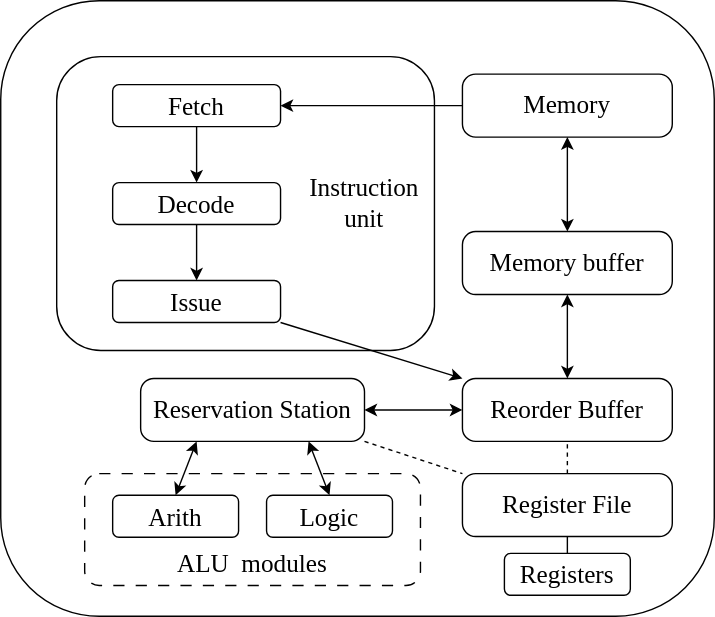
Earlier version of the draw.io export img/architecture.drawio.svg (DarkSharpness/PPCA_Killer). Source tidied: cells renumbered, new cells last; positions are measured from the earlier drawing's top-left corner, leaving out a move shared by most shapes. The source it was exported from:
```xml
<mxGraphModel>
  <root>
    <mxCell id="0" />
    <mxCell id="1" parent="0" />
    <mxCell id="2" style="rounded=1;whiteSpace=wrap;html=1;fontFamily=Times New Roman;fontSize=18;arcSize=16;labelBackgroundColor=none;" parent="1" vertex="1">
      <mxGeometry width="510" height="440" as="geometry" />
    </mxCell>
    <mxCell id="3" style="rounded=1;whiteSpace=wrap;html=1;fontFamily=Times New Roman;fontSize=18;dashed=1;arcSize=13;dashPattern=8 8;labelBackgroundColor=none;" parent="1" vertex="1">
      <mxGeometry x="60" y="338" width="240" height="80" as="geometry" />
    </mxCell>
    <mxCell id="4" style="rounded=1;whiteSpace=wrap;html=1;fontFamily=Times New Roman;labelBackgroundColor=none;" parent="1" vertex="1">
      <mxGeometry x="40" y="40" width="270" height="210" as="geometry" />
    </mxCell>
    <mxCell id="5" value="&lt;font style=&quot;font-size: 18px;&quot; face=&quot;Times New Roman&quot;&gt;Fetch&lt;/font&gt;" style="rounded=1;whiteSpace=wrap;html=1;hachureGap=4;fontFamily=Architects Daughter;fontSource=https%3A%2F%2Ffonts.googleapis.com%2Fcss%3Ffamily%3DArchitects%2BDaughter;fontSize=20;labelBackgroundColor=none;" parent="1" vertex="1">
      <mxGeometry x="80" y="60" width="120" height="30" as="geometry" />
    </mxCell>
    <mxCell id="6" value="&lt;font face=&quot;Times New Roman&quot;&gt;&lt;font style=&quot;font-size: 18px;&quot;&gt;Decode&lt;/font&gt;&lt;br&gt;&lt;/font&gt;" style="rounded=1;whiteSpace=wrap;html=1;hachureGap=4;fontFamily=Architects Daughter;fontSource=https%3A%2F%2Ffonts.googleapis.com%2Fcss%3Ffamily%3DArchitects%2BDaughter;fontSize=20;labelBackgroundColor=none;" parent="1" vertex="1">
      <mxGeometry x="80" y="130" width="120" height="30" as="geometry" />
    </mxCell>
    <mxCell id="7" value="&lt;font face=&quot;Times New Roman&quot;&gt;&lt;font style=&quot;font-size: 18px;&quot;&gt;Issue&lt;/font&gt;&lt;br&gt;&lt;/font&gt;" style="rounded=1;whiteSpace=wrap;html=1;hachureGap=4;fontFamily=Architects Daughter;fontSource=https%3A%2F%2Ffonts.googleapis.com%2Fcss%3Ffamily%3DArchitects%2BDaughter;fontSize=20;labelBackgroundColor=none;" parent="1" vertex="1">
      <mxGeometry x="80" y="200" width="120" height="30" as="geometry" />
    </mxCell>
    <mxCell id="8" style="endArrow=classic;html=1;fontFamily=Times New Roman;exitX=0.5;exitY=1;exitDx=0;exitDy=0;entryX=0.5;entryY=0;entryDx=0;entryDy=0;rounded=1;labelBackgroundColor=none;" parent="1" edge="1" source="5" target="6">
      <mxGeometry relative="1" as="geometry" />
    </mxCell>
    <mxCell id="9" style="endArrow=classic;html=1;fontFamily=Times New Roman;exitX=0.5;exitY=1;exitDx=0;exitDy=0;entryX=0.5;entryY=0;entryDx=0;entryDy=0;rounded=1;labelBackgroundColor=none;" parent="1" edge="1" source="6" target="7">
      <mxGeometry relative="1" as="geometry" />
    </mxCell>
    <mxCell id="10" style="endArrow=classic;html=1;rounded=1;fontFamily=Times New Roman;fontSize=18;exitX=0;exitY=0.5;exitDx=0;exitDy=0;entryX=1;entryY=0.5;entryDx=0;entryDy=0;labelBackgroundColor=none;" parent="1" edge="1" source="14" target="5">
      <mxGeometry relative="1" as="geometry" />
    </mxCell>
    <mxCell id="11" value="Instruction&lt;br&gt;unit" style="text;html=1;align=center;verticalAlign=middle;whiteSpace=wrap;rounded=1;fontFamily=Times New Roman;fontSize=18;labelBackgroundColor=none;" parent="1" vertex="1">
      <mxGeometry x="220" y="125" width="80" height="40" as="geometry" />
    </mxCell>
    <mxCell id="12" value="Reorder Buffer" style="rounded=1;whiteSpace=wrap;html=1;fontFamily=Times New Roman;fontSize=18;arcSize=21;labelBackgroundColor=none;" parent="1" vertex="1">
      <mxGeometry x="330" y="270" width="150" height="45" as="geometry" />
    </mxCell>
    <mxCell id="13" style="endArrow=classic;html=1;rounded=1;fontFamily=Times New Roman;fontSize=18;exitX=1;exitY=1;exitDx=0;exitDy=0;entryX=0;entryY=0;entryDx=0;entryDy=0;labelBackgroundColor=none;" parent="1" edge="1" source="7" target="12">
      <mxGeometry relative="1" as="geometry" />
    </mxCell>
    <mxCell id="14" value="Memory" style="rounded=1;whiteSpace=wrap;html=1;fontFamily=Times New Roman;fontSize=18;arcSize=21;labelBackgroundColor=none;" parent="1" vertex="1">
      <mxGeometry x="330" y="52.5" width="150" height="45" as="geometry" />
    </mxCell>
    <mxCell id="15" value="Memory buffer" style="rounded=1;whiteSpace=wrap;html=1;fontFamily=Times New Roman;fontSize=18;arcSize=21;labelBackgroundColor=none;" parent="1" vertex="1">
      <mxGeometry x="330" y="165" width="150" height="45" as="geometry" />
    </mxCell>
    <mxCell id="16" style="endArrow=classic;startArrow=classic;html=1;rounded=1;fontFamily=Times New Roman;fontSize=18;exitX=0.5;exitY=1;exitDx=0;exitDy=0;entryX=0.5;entryY=0;entryDx=0;entryDy=0;labelBackgroundColor=none;" parent="1" edge="1" source="14" target="15">
      <mxGeometry relative="1" as="geometry" />
    </mxCell>
    <mxCell id="17" style="endArrow=classic;startArrow=classic;html=1;rounded=1;fontFamily=Times New Roman;fontSize=18;entryX=0.5;entryY=1;entryDx=0;entryDy=0;exitX=0.5;exitY=0;exitDx=0;exitDy=0;labelBackgroundColor=none;" parent="1" edge="1" source="12" target="15">
      <mxGeometry relative="1" as="geometry" />
    </mxCell>
    <mxCell id="18" value="Register File" style="rounded=1;whiteSpace=wrap;html=1;fontFamily=Times New Roman;fontSize=18;arcSize=21;labelBackgroundColor=none;" parent="1" vertex="1">
      <mxGeometry x="330" y="338" width="150" height="45" as="geometry" />
    </mxCell>
    <mxCell id="19" style="endArrow=none;dashed=1;html=1;rounded=1;fontFamily=Times New Roman;fontSize=18;exitX=0.5;exitY=0;exitDx=0;exitDy=0;entryX=0.5;entryY=1;entryDx=0;entryDy=0;labelBackgroundColor=none;" parent="1" edge="1" source="18" target="12">
      <mxGeometry relative="1" as="geometry" />
    </mxCell>
    <mxCell id="20" value="Reservation Station" style="rounded=1;whiteSpace=wrap;html=1;fontFamily=Times New Roman;fontSize=18;arcSize=21;labelBackgroundColor=none;" parent="1" vertex="1">
      <mxGeometry x="100" y="270" width="160" height="45" as="geometry" />
    </mxCell>
    <mxCell id="21" style="endArrow=classic;startArrow=classic;html=1;rounded=1;fontFamily=Times New Roman;fontSize=18;entryX=0;entryY=0.5;entryDx=0;entryDy=0;exitX=1;exitY=0.5;exitDx=0;exitDy=0;labelBackgroundColor=none;" parent="1" edge="1" source="20" target="12">
      <mxGeometry relative="1" as="geometry" />
    </mxCell>
    <mxCell id="22" value="&lt;font face=&quot;Times New Roman&quot;&gt;&lt;font style=&quot;font-size: 18px;&quot;&gt;Arith&lt;/font&gt;&lt;br&gt;&lt;/font&gt;" style="rounded=1;whiteSpace=wrap;html=1;hachureGap=4;fontFamily=Architects Daughter;fontSource=https%3A%2F%2Ffonts.googleapis.com%2Fcss%3Ffamily%3DArchitects%2BDaughter;fontSize=20;labelBackgroundColor=none;" parent="1" vertex="1">
      <mxGeometry x="80" y="353.5" width="90" height="30" as="geometry" />
    </mxCell>
    <mxCell id="23" value="&lt;font face=&quot;Times New Roman&quot;&gt;&lt;font style=&quot;font-size: 18px;&quot;&gt;Logic&lt;/font&gt;&lt;br&gt;&lt;/font&gt;" style="rounded=1;whiteSpace=wrap;html=1;hachureGap=4;fontFamily=Architects Daughter;fontSource=https%3A%2F%2Ffonts.googleapis.com%2Fcss%3Ffamily%3DArchitects%2BDaughter;fontSize=20;labelBackgroundColor=none;" parent="1" vertex="1">
      <mxGeometry x="190" y="353.5" width="90" height="30" as="geometry" />
    </mxCell>
    <mxCell id="24" style="endArrow=none;dashed=1;html=1;rounded=1;fontFamily=Times New Roman;fontSize=18;exitX=1;exitY=1;exitDx=0;exitDy=0;entryX=0;entryY=0;entryDx=0;entryDy=0;labelBackgroundColor=none;" parent="1" edge="1" source="20" target="18">
      <mxGeometry relative="1" as="geometry" />
    </mxCell>
    <mxCell id="25" style="endArrow=classic;startArrow=classic;html=1;rounded=1;fontFamily=Times New Roman;fontSize=18;entryX=0.25;entryY=1;entryDx=0;entryDy=0;exitX=0.5;exitY=0;exitDx=0;exitDy=0;labelBackgroundColor=none;" parent="1" edge="1" source="22" target="20">
      <mxGeometry relative="1" as="geometry" />
    </mxCell>
    <mxCell id="26" style="endArrow=classic;startArrow=classic;html=1;rounded=1;fontFamily=Times New Roman;fontSize=18;exitX=0.75;exitY=1;exitDx=0;exitDy=0;entryX=0.5;entryY=0;entryDx=0;entryDy=0;labelBackgroundColor=none;" parent="1" edge="1" source="20" target="23">
      <mxGeometry relative="1" as="geometry" />
    </mxCell>
    <mxCell id="27" value="ALU&amp;nbsp; modules" style="text;html=1;align=center;verticalAlign=middle;whiteSpace=wrap;rounded=0;dashed=1;fontFamily=Times New Roman;fontSize=18;labelBackgroundColor=none;" parent="1" vertex="1">
      <mxGeometry x="122" y="395" width="116" height="15" as="geometry" />
    </mxCell>
    <mxCell id="28" value="&lt;font face=&quot;Times New Roman&quot;&gt;&lt;font style=&quot;font-size: 18px;&quot;&gt;Registers&lt;/font&gt;&lt;br&gt;&lt;/font&gt;" style="rounded=1;whiteSpace=wrap;html=1;hachureGap=4;fontFamily=Architects Daughter;fontSource=https%3A%2F%2Ffonts.googleapis.com%2Fcss%3Ffamily%3DArchitects%2BDaughter;fontSize=20;labelBackgroundColor=none;" parent="1" vertex="1">
      <mxGeometry x="360" y="395" width="90" height="30" as="geometry" />
    </mxCell>
    <mxCell id="29" style="endArrow=none;html=1;rounded=1;fontFamily=Times New Roman;fontSize=18;exitX=0.5;exitY=1;exitDx=0;exitDy=0;entryX=0.5;entryY=0;entryDx=0;entryDy=0;labelBackgroundColor=none;" parent="1" edge="1" source="18" target="28">
      <mxGeometry relative="1" as="geometry" />
    </mxCell>
  </root>
</mxGraphModel>
```
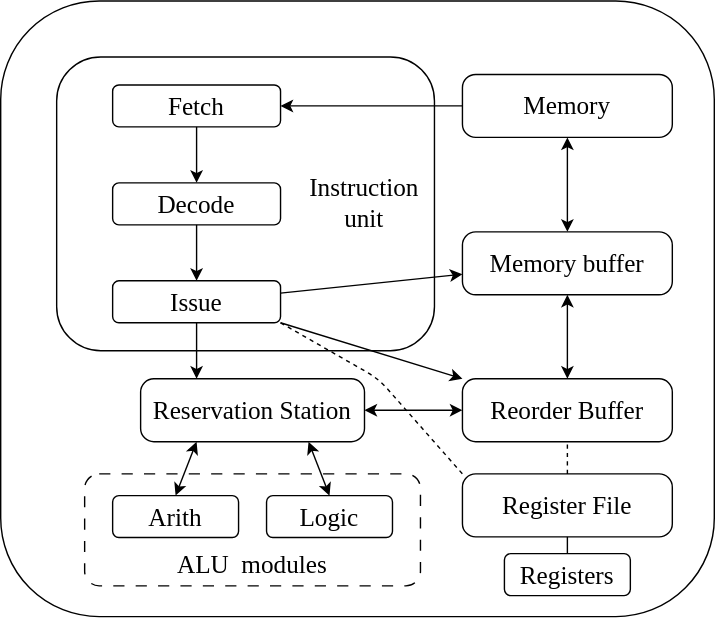
The same diagram one commit later.

Commit message:
Add support for shuffle. LOL

What changed in the source:
```diff
@@ -17,6 +17,12 @@
     <mxCell id="6" value="&lt;font face=&quot;Times New Roman&quot;&gt;&lt;font style=&quot;font-size: 18px;&quot;&gt;Decode&lt;/font&gt;&lt;br&gt;&lt;/font&gt;" style="rounded=1;whiteSpace=wrap;html=1;hachureGap=4;fontFamily=Architects Daughter;fontSource=https%3A%2F%2Ffonts.googleapis.com%2Fcss%3Ffamily%3DArchitects%2BDaughter;fontSize=20;labelBackgroundColor=none;" parent="1" vertex="1">
       <mxGeometry x="80" y="130" width="120" height="30" as="geometry" />
     </mxCell>
+    <mxCell id="30" style="edgeStyle=none;html=1;entryX=0.25;entryY=0;entryDx=0;entryDy=0;" parent="1" edge="1" source="7" target="20">
+      <mxGeometry relative="1" as="geometry" />
+    </mxCell>
+    <mxCell id="31" style="edgeStyle=none;html=1;" parent="1" edge="1" source="7" target="15">
+      <mxGeometry relative="1" as="geometry" />
+    </mxCell>
     <mxCell id="7" value="&lt;font face=&quot;Times New Roman&quot;&gt;&lt;font style=&quot;font-size: 18px;&quot;&gt;Issue&lt;/font&gt;&lt;br&gt;&lt;/font&gt;" style="rounded=1;whiteSpace=wrap;html=1;hachureGap=4;fontFamily=Architects Daughter;fontSource=https%3A%2F%2Ffonts.googleapis.com%2Fcss%3Ffamily%3DArchitects%2BDaughter;fontSize=20;labelBackgroundColor=none;" parent="1" vertex="1">
       <mxGeometry x="80" y="200" width="120" height="30" as="geometry" />
     </mxCell>
@@ -68,8 +74,12 @@
     <mxCell id="23" value="&lt;font face=&quot;Times New Roman&quot;&gt;&lt;font style=&quot;font-size: 18px;&quot;&gt;Logic&lt;/font&gt;&lt;br&gt;&lt;/font&gt;" style="rounded=1;whiteSpace=wrap;html=1;hachureGap=4;fontFamily=Architects Daughter;fontSource=https%3A%2F%2Ffonts.googleapis.com%2Fcss%3Ffamily%3DArchitects%2BDaughter;fontSize=20;labelBackgroundColor=none;" parent="1" vertex="1">
       <mxGeometry x="190" y="353.5" width="90" height="30" as="geometry" />
     </mxCell>
-    <mxCell id="24" style="endArrow=none;dashed=1;html=1;rounded=1;fontFamily=Times New Roman;fontSize=18;exitX=1;exitY=1;exitDx=0;exitDy=0;entryX=0;entryY=0;entryDx=0;entryDy=0;labelBackgroundColor=none;" parent="1" edge="1" source="20" target="18">
-      <mxGeometry relative="1" as="geometry" />
+    <mxCell id="24" style="endArrow=none;dashed=1;html=1;rounded=1;fontFamily=Times New Roman;fontSize=18;exitX=1;exitY=1;exitDx=0;exitDy=0;entryX=0;entryY=0;entryDx=0;entryDy=0;labelBackgroundColor=none;" parent="1" edge="1" source="7" target="18">
+      <mxGeometry relative="1" as="geometry">
+        <Array as="points">
+          <mxPoint x="270" y="270" />
+        </Array>
+      </mxGeometry>
     </mxCell>
     <mxCell id="25" style="endArrow=classic;startArrow=classic;html=1;rounded=1;fontFamily=Times New Roman;fontSize=18;entryX=0.25;entryY=1;entryDx=0;entryDy=0;exitX=0.5;exitY=0;exitDx=0;exitDy=0;labelBackgroundColor=none;" parent="1" edge="1" source="22" target="20">
       <mxGeometry relative="1" as="geometry" />
```
